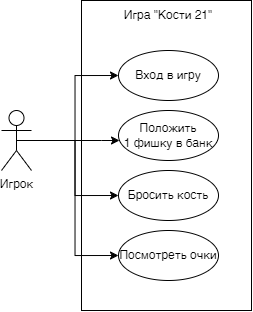
VikaShcherbakova/dice-21 keeps this draw.io diagram as images/lab1.png. Above is the earlier version. Source tidied: cells renumbered, new cells last; positions are measured from the earlier drawing's top-left corner, leaving out a move shared by most shapes. Source of this version:
```xml
<mxGraphModel>
  <root>
    <mxCell id="0" />
    <mxCell id="1" parent="0" />
    <mxCell id="2" style="rounded=0;whiteSpace=wrap;html=1;" parent="1" vertex="1">
      <mxGeometry x="80" width="170" height="310" as="geometry" />
    </mxCell>
    <mxCell id="3" style="edgeStyle=orthogonalEdgeStyle;rounded=0;jettySize=auto;html=1;entryX=0;entryY=0.5;entryDx=0;entryDy=0;exitX=0.5;exitY=0.5;exitDx=0;exitDy=0;exitPerimeter=0;" parent="1" edge="1" source="4" target="9">
      <mxGeometry relative="1" as="geometry" />
    </mxCell>
    <mxCell id="4" value="Игрок" style="shape=umlActor;verticalLabelPosition=bottom;verticalAlign=top;html=1;outlineConnect=0;" parent="1" vertex="1">
      <mxGeometry y="110" width="30" height="60" as="geometry" />
    </mxCell>
    <mxCell id="5" value="Игра &quot;Кости 21&quot;" style="text;html=1;align=center;verticalAlign=middle;whiteSpace=wrap;rounded=0;" parent="1" vertex="1">
      <mxGeometry x="114" width="106" height="30" as="geometry" />
    </mxCell>
    <mxCell id="6" value="Вход в игру" style="ellipse;whiteSpace=wrap;html=1;" parent="1" vertex="1">
      <mxGeometry x="117" y="50" width="100" height="50" as="geometry" />
    </mxCell>
    <mxCell id="7" value="&lt;span style=&quot;line-height: 115%;&quot;&gt;Положить&lt;br&gt;1 фишку в банк&lt;/span&gt;" style="ellipse;whiteSpace=wrap;html=1;" parent="1" vertex="1">
      <mxGeometry x="117" y="110" width="100" height="50" as="geometry" />
    </mxCell>
    <mxCell id="8" value="Бросить кость" style="ellipse;whiteSpace=wrap;html=1;" parent="1" vertex="1">
      <mxGeometry x="117" y="170" width="100" height="50" as="geometry" />
    </mxCell>
    <mxCell id="9" value="Посмотреть очки" style="ellipse;whiteSpace=wrap;html=1;" parent="1" vertex="1">
      <mxGeometry x="117" y="230" width="100" height="50" as="geometry" />
    </mxCell>
    <mxCell id="10" style="edgeStyle=orthogonalEdgeStyle;rounded=0;jettySize=auto;html=1;entryX=0;entryY=0.5;entryDx=0;entryDy=0;exitX=0.5;exitY=0.5;exitDx=0;exitDy=0;exitPerimeter=0;" parent="1" edge="1" source="4" target="8">
      <mxGeometry relative="1" as="geometry" />
    </mxCell>
    <mxCell id="11" style="edgeStyle=orthogonalEdgeStyle;rounded=0;jettySize=auto;html=1;entryX=0;entryY=0.5;entryDx=0;entryDy=0;" parent="1" edge="1" source="4" target="6">
      <mxGeometry relative="1" as="geometry" />
    </mxCell>
    <mxCell id="12" style="edgeStyle=orthogonalEdgeStyle;rounded=0;jettySize=auto;html=1;" parent="1" edge="1" source="4" target="7">
      <mxGeometry relative="1" as="geometry">
        <Array as="points">
          <mxPoint x="100" y="140" />
          <mxPoint x="100" y="140" />
        </Array>
      </mxGeometry>
    </mxCell>
  </root>
</mxGraphModel>
```
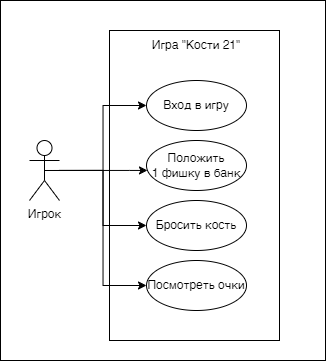
The same file after the commit.

What changed in the source:
```diff
@@ -2,6 +2,9 @@
   <root>
     <mxCell id="0" />
     <mxCell id="1" parent="0" />
+    <mxCell id="13" style="rounded=0;whiteSpace=wrap;html=1;" parent="1" vertex="1">
+      <mxGeometry x="-29" y="-30" width="325" height="360" as="geometry" />
+    </mxCell>
     <mxCell id="2" style="rounded=0;whiteSpace=wrap;html=1;" parent="1" vertex="1">
       <mxGeometry x="80" width="170" height="310" as="geometry" />
     </mxCell>
```
